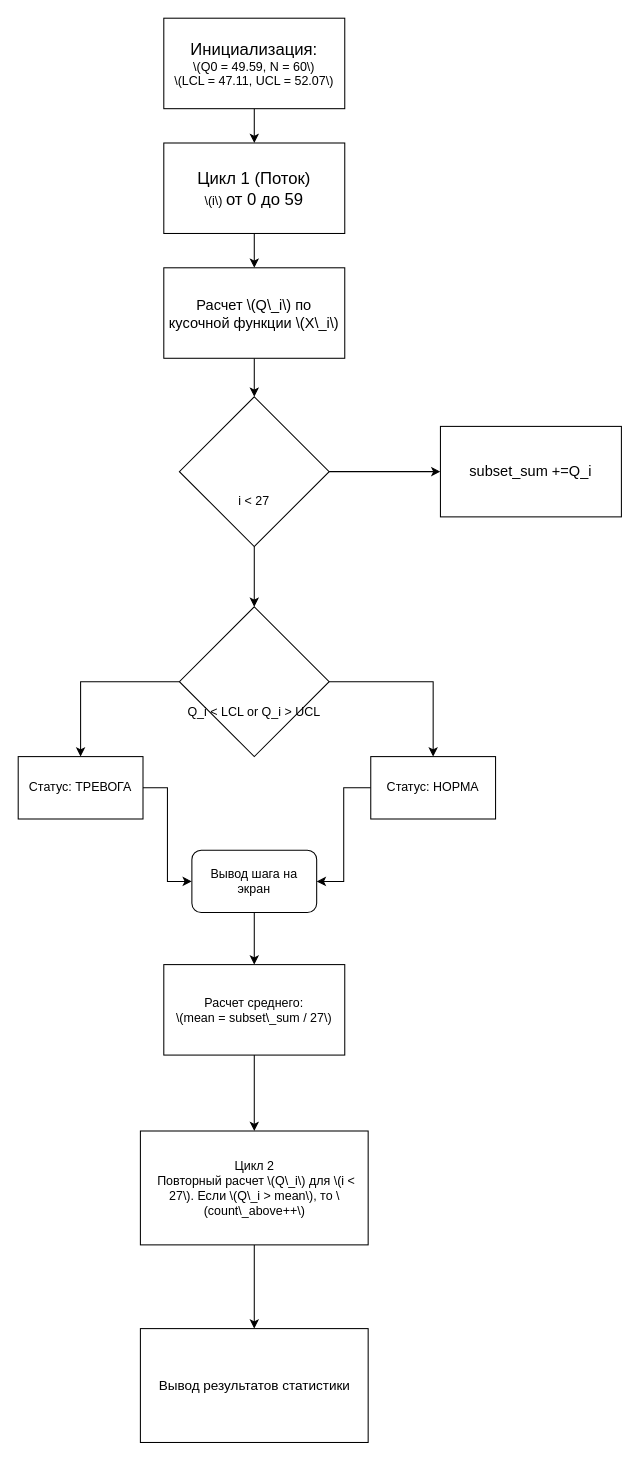
reso1utik/KP keeps this draw.io diagram as KP.drawio. Above is the earlier version. Source tidied: cells renumbered, new cells numbered last; positions are measured from the earlier drawing's top-left corner, leaving out a move shared by most shapes. Both pictures are drawn from the tidied source at 104%, with x=0, y=0 at pixel (18, 18).
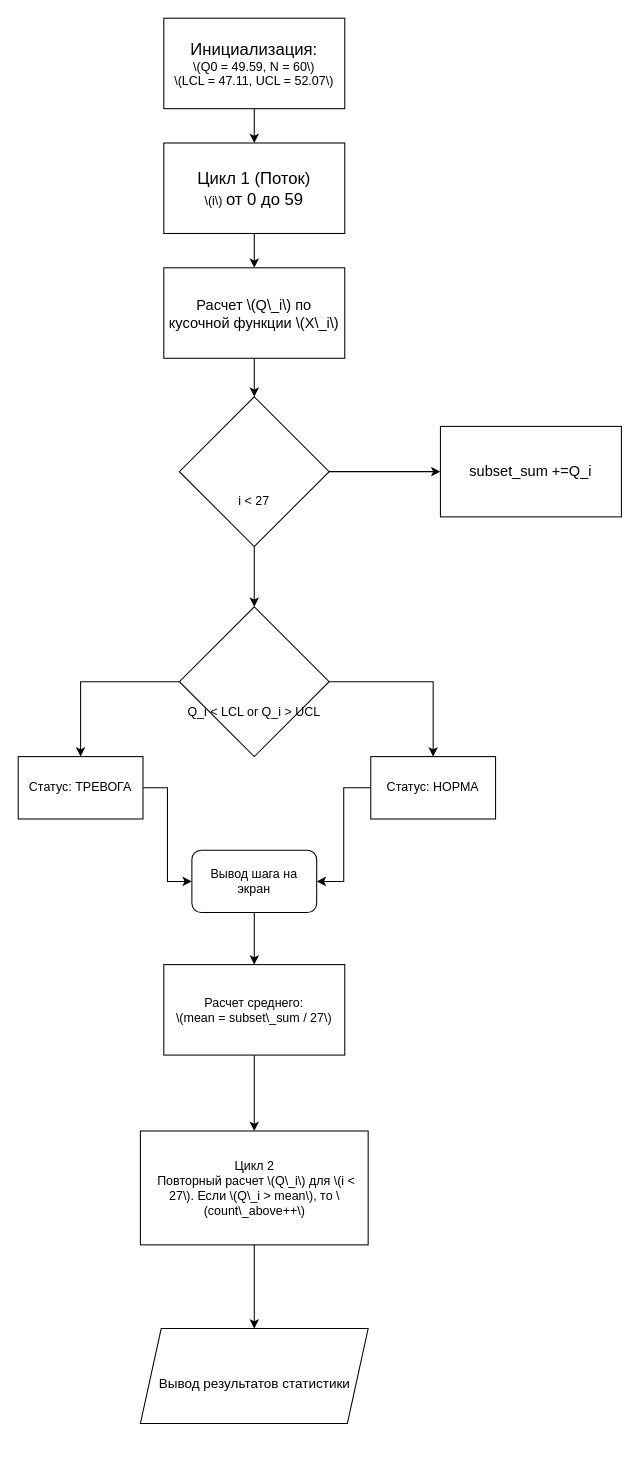
The same diagram, later.

The change refers to these unchanged cells:
```xml
<mxCell id="24" value="Цикл 2&lt;div&gt;&amp;nbsp;Повторный расчет \(Q\_i\) для \(i &amp;lt; 27\). Если \(Q\_i &amp;gt; mean\), то \(count\_above++\)&lt;/div&gt;" style="rounded=0;whiteSpace=wrap;html=1;" parent="1" vertex="1">
  <mxGeometry x="117.5" y="1070" width="219" height="109.5" as="geometry" />
</mxCell>
```

What changed in the source:
```diff
@@
-    <mxCell id="23" style="edgeStyle=orthogonalEdgeStyle;rounded=0;jettySize=auto;html=1;" parent="1" edge="1" source="24" target="25">
-      <mxGeometry relative="1" as="geometry" />
+    <mxCell id="23" style="edgeStyle=orthogonalEdgeStyle;rounded=0;jettySize=auto;html=1;" parent="1" edge="1" source="24">
+      <mxGeometry relative="1" as="geometry">
+        <mxPoint x="227" y="1260" as="targetPoint" />
+      </mxGeometry>
     </mxCell>
@@
-    <mxCell id="25" value="&lt;font style=&quot;font-size: 13px;&quot;&gt;Вывод результатов статистики&lt;/font&gt;" style="rounded=0;whiteSpace=wrap;html=1;" parent="1" vertex="1">
-      <mxGeometry x="117.5" y="1260" width="219" height="109.5" as="geometry" />
+    <mxCell id="25" value="&lt;div&gt;&lt;br&gt;&lt;/div&gt;&lt;div&gt;&lt;span style=&quot;font-size: 13px;&quot;&gt;Вывод результатов статистики&lt;/span&gt;&lt;/div&gt;" style="shape=parallelogram;perimeter=parallelogramPerimeter;whiteSpace=wrap;html=1;shapeInside=1;fixedSize=1;" parent="1" vertex="1">
+      <mxGeometry x="117.5" y="1260" width="219" height="91.2" as="geometry" />
     </mxCell>
```
